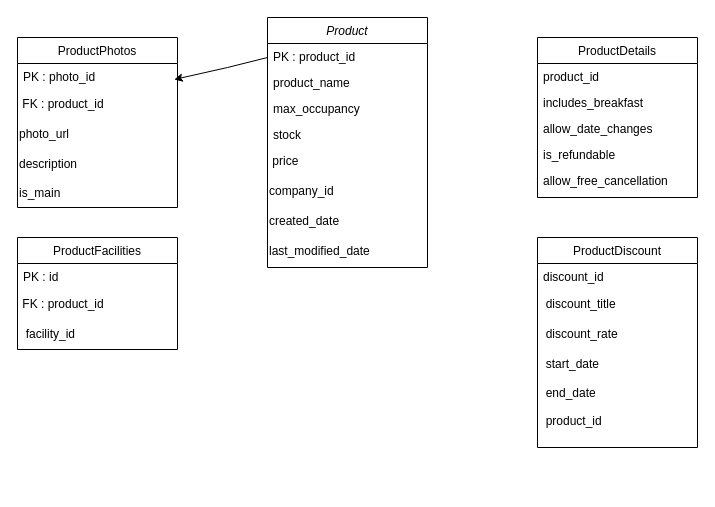
The draw.io diagram 未命名绘图.drawio in jacob21311/cv, before the edit. Source tidied: cells renumbered, new cells numbered last; positions are measured from the earlier drawing's top-left corner, leaving out a move shared by most shapes. Both pictures are drawn from the tidied source at 100%, with x=0, y=0 at pixel (17, 17).
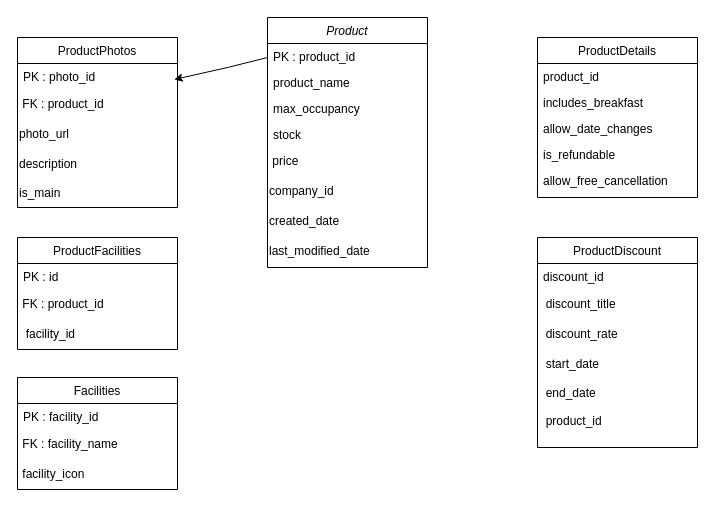
Above is the later version.

Commit message:
更新未命名绘图.drawio

The edit, as a diff of the source:
```diff
@@
+    <mxCell id="35" value="Facilities" style="swimlane;fontStyle=0;align=center;verticalAlign=top;horizontal=1;startSize=26;rounded=0;shadow=0;strokeWidth=1;" parent="1" vertex="1">
+      <mxGeometry y="360" width="160" height="112" as="geometry" />
+    </mxCell>
+    <mxCell id="36" value="PK : facility_id" style="text;align=left;verticalAlign=top;spacingLeft=4;spacingRight=4;overflow=hidden;" parent="35" vertex="1">
+      <mxGeometry y="26" width="160" height="26" as="geometry" />
+    </mxCell>
+    <mxCell id="37" value="&amp;nbsp;FK :&amp;nbsp;facility_name" style="text;html=1;align=left;verticalAlign=middle;strokeColor=none;fillColor=none;" parent="35" vertex="1">
+      <mxGeometry y="52" width="160" height="30" as="geometry" />
+    </mxCell>
+    <mxCell id="38" value="&amp;nbsp;facility_icon" style="text;html=1;align=left;verticalAlign=middle;strokeColor=none;fillColor=none;" parent="35" vertex="1">
+      <mxGeometry y="82" width="160" height="30" as="geometry" />
+    </mxCell>
```
